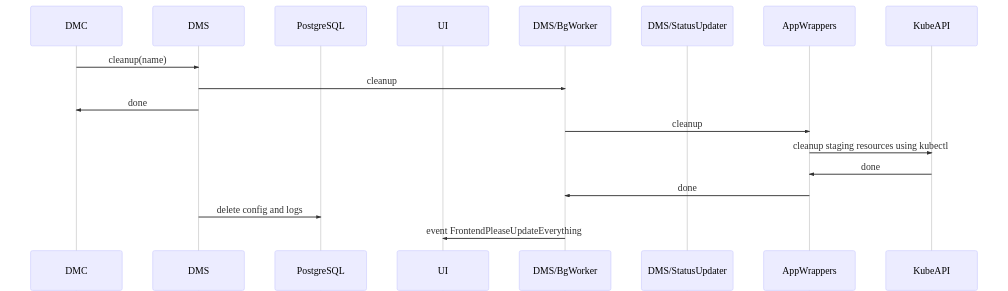
typeable/octopod keeps this Mermaid diagram as docs/diagrams/images/technical-architecture-cleanup-via-cli.png. Above is the earlier version. Its source is kept beside it as docs/diagrams/src/technical-architecture-cleanup-via-cli.mmd.
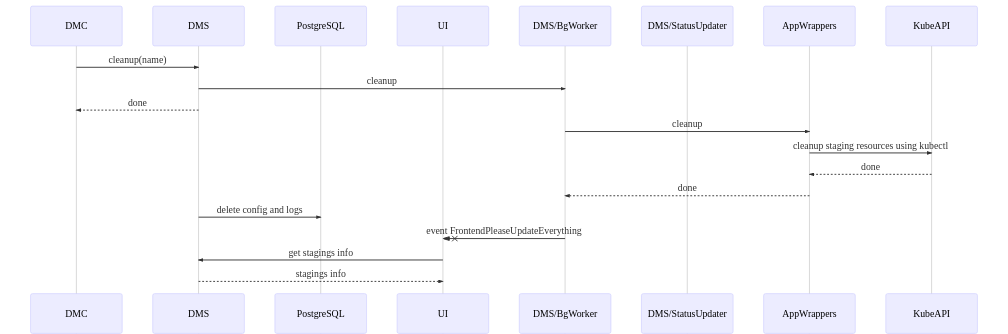
Later version of the same file.

Diff of the diagram source:
```diff
@@ -9,10 +9,12 @@
     participant KubeAPI
     DMC->>DMS: cleanup(name)
     DMS->>DMS/BgWorker: cleanup
-    DMS->>DMC: done
+    DMS-->>DMC: done
     DMS/BgWorker->>AppWrappers: cleanup
-    AppWrappers->>KubeAPI: cleanup staging resources using kubectl
-    KubeAPI->>AppWrappers: done
-    AppWrappers->>DMS/BgWorker: done
+    AppWrappers->>KubeAPI: cleanup staging
+    KubeAPI-->>AppWrappers: done
+    AppWrappers-->>DMS/BgWorker: done
     DMS->>PostgreSQL: delete config and logs
-    DMS/BgWorker->>UI: event FrontendPleaseUpdateEverything
+    DMS/BgWorker-xUI: event FrontendPleaseUpdateEverything
+    UI->>DMS: get stagings info
+    DMS-->>UI: stagings info
```
